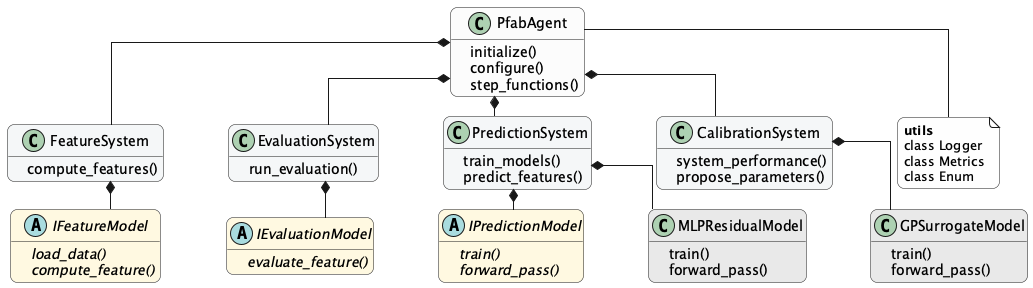
luca-bettermann/pred-fab keeps this PlantUML diagram as UML_diagram.png. Above is the earlier version.
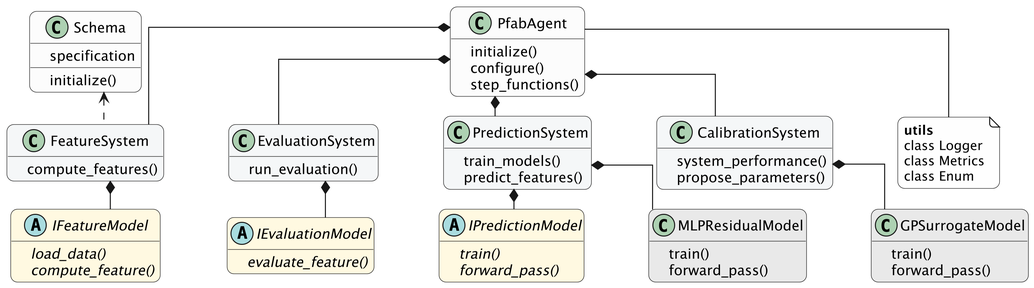
Later version of the same file.

Commit message:
adjusted UML

Change to the diagram source:
```diff
@@ -1,4 +1,6 @@
 @startuml UML_diagram
+
+skinparam dpi 300
 
 !define ABSTRACT_CLASS abstract class
 
@@ -7,6 +9,7 @@
 
 
 !define COL_AGENT      #fcfcfcff
+!define COL_SCHEMA     #fabb9e2f
 !define COL_SYS_FEAT   #e2e7e955
 !define COL_SYS_EVAL   #e2e7e955
 !define COL_SYS_PRED   #e2e7e955
@@ -30,6 +33,11 @@
 skinparam shadowing false
 skinparam roundcorner 14
 hide empty fields
+
+class Schema COL_AGENT {
+    - specification
+    + initialize()
+}
 
 class PfabAgent COL_AGENT {
     + initialize()
@@ -92,6 +100,8 @@
 PfabAgent -[hidden]down- PredictionSystem
 PfabAgent -[hidden]down- CalibrationSystem
 
+Schema -[hidden]down- FeatureSystem
+
 FeatureSystem -[hidden]down- IFeatureModel
 EvaluationSystem -[hidden]down- IEvaluationModel
 PredictionSystem -[hidden]down- IPredictionModel
@@ -113,6 +123,8 @@
 PfabAgent *-- PredictionSystem
 PfabAgent *-- CalibrationSystem
 
+Schema <.. FeatureSystem
+
 PfabAgent *-- utils
 
 FeatureSystem *-- IFeatureModel
```
